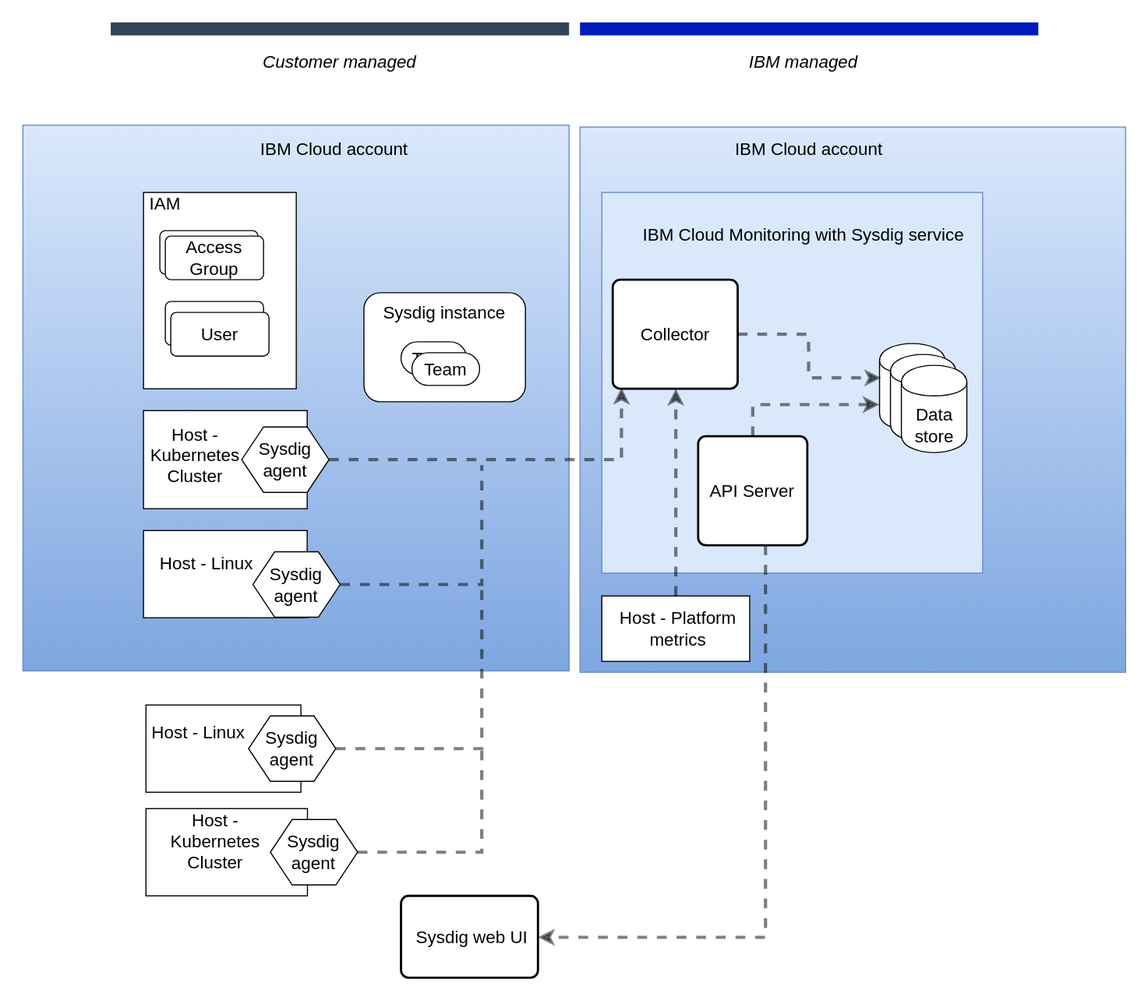
This is images/Monitoring-arch.svg from ibm-cloud-docs/monitoring, a draw.io export, as it was before one commit. Source tidied: cells renumbered, new cells last; positions are measured from the earlier drawing's top-left corner, leaving out a move shared by most shapes.
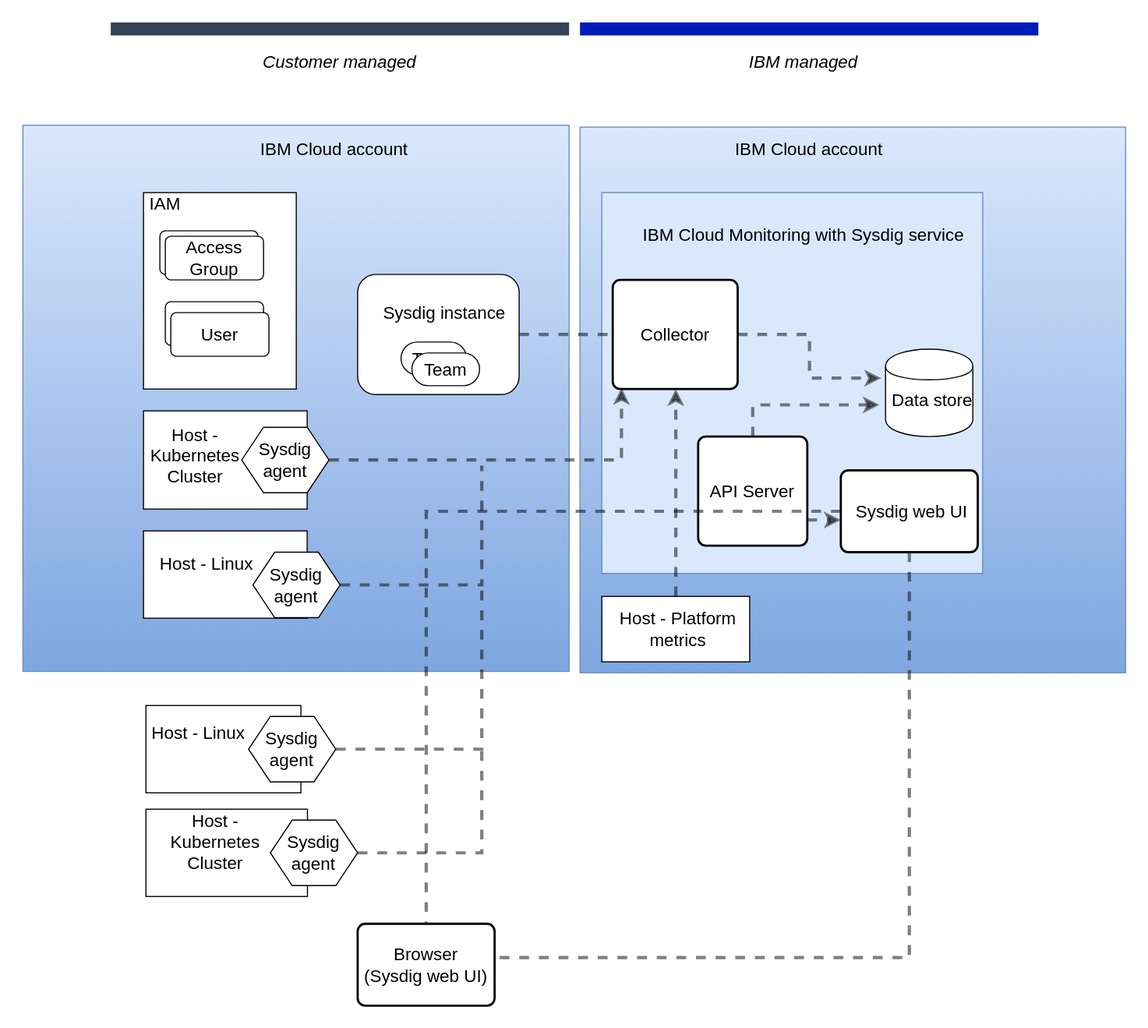
The same diagram one commit later.

Diff of the diagram source:
```diff
@@ -44,8 +44,11 @@
     <mxCell id="13" value="&lt;font style=&quot;font-size: 16px&quot;&gt;User&lt;/font&gt;" style="rounded=1;whiteSpace=wrap;html=1;arcSize=13;" parent="1" vertex="1">
       <mxGeometry x="135" y="260" width="90" height="40" as="geometry" />
     </mxCell>
+    <mxCell id="54" style="edgeStyle=orthogonalEdgeStyle;rounded=0;comic=0;jumpStyle=none;jumpSize=9;jettySize=auto;html=1;dashed=1;endArrow=none;endFill=0;endSize=6;strokeColor=#000000;strokeWidth=3;fontSize=16;opacity=50;" parent="1" edge="1" source="14" target="28">
+      <mxGeometry relative="1" as="geometry" />
+    </mxCell>
     <mxCell id="14" style="rounded=1;whiteSpace=wrap;html=1;" parent="1" vertex="1">
-      <mxGeometry x="312" y="241.9" width="148" height="100" as="geometry" />
+      <mxGeometry x="306.2" y="225" width="148" height="110" as="geometry" />
     </mxCell>
     <mxCell id="15" value="Sysdig instance" style="text;html=1;strokeColor=none;fillColor=none;align=center;verticalAlign=middle;whiteSpace=wrap;rounded=0;fontSize=16;" parent="1" vertex="1">
       <mxGeometry x="326" y="250" width="120" height="20" as="geometry" />
@@ -71,20 +74,16 @@
     <mxCell id="22" value="Sysdig agent" style="shape=hexagon;perimeter=hexagonPerimeter2;whiteSpace=wrap;html=1;fontSize=16;" parent="1" vertex="1">
       <mxGeometry x="200" y="365" width="80" height="60" as="geometry" />
     </mxCell>
-    <mxCell id="23" style="shape=cylinder;whiteSpace=wrap;html=1;boundedLbl=1;backgroundOutline=1;fontSize=16;" parent="1" vertex="1">
-      <mxGeometry x="784.5" y="288.5" width="60" height="80" as="geometry" />
-    </mxCell>
-    <mxCell id="24" style="shape=cylinder;whiteSpace=wrap;html=1;boundedLbl=1;backgroundOutline=1;fontSize=16;" parent="1" vertex="1">
-      <mxGeometry x="794.5" y="298.5" width="60" height="80" as="geometry" />
-    </mxCell>
     <mxCell id="25" style="shape=cylinder;whiteSpace=wrap;html=1;boundedLbl=1;backgroundOutline=1;fontSize=16;" parent="1" vertex="1">
-      <mxGeometry x="804.5" y="308.5" width="60" height="80" as="geometry" />
+      <mxGeometry x="790" y="293.5" width="80" height="80" as="geometry" />
     </mxCell>
     <mxCell id="26" value="Data store" style="text;html=1;strokeColor=none;fillColor=none;align=center;verticalAlign=middle;whiteSpace=wrap;rounded=0;fontSize=16;" parent="1" vertex="1">
-      <mxGeometry x="814.5" y="353.5" width="40" height="20" as="geometry" />
+      <mxGeometry x="790" y="330" width="85.5" height="20" as="geometry" />
     </mxCell>
-    <mxCell id="27" style="edgeStyle=orthogonalEdgeStyle;rounded=0;comic=0;jumpStyle=none;jumpSize=9;jettySize=auto;html=1;dashed=1;endSize=6;strokeColor=#000000;strokeWidth=3;fontSize=16;opacity=50;entryX=0.025;entryY=0.394;entryDx=0;entryDy=0;entryPerimeter=0;" parent="1" edge="1" source="28" target="23">
-      <mxGeometry relative="1" as="geometry" />
+    <mxCell id="27" style="edgeStyle=orthogonalEdgeStyle;rounded=0;comic=0;jumpStyle=none;jumpSize=9;jettySize=auto;html=1;dashed=1;endSize=6;strokeColor=#000000;strokeWidth=3;fontSize=16;opacity=50;entryX=0.025;entryY=0.394;entryDx=0;entryDy=0;entryPerimeter=0;" parent="1" edge="1" source="28">
+      <mxGeometry relative="1" as="geometry">
+        <mxPoint x="786" y="320" as="targetPoint" />
+      </mxGeometry>
     </mxCell>
     <mxCell id="28" value="Collector" style="rounded=1;whiteSpace=wrap;html=1;absoluteArcSize=1;arcSize=14;strokeWidth=2;fontSize=16;" parent="1" vertex="1">
       <mxGeometry x="540" y="230" width="114.5" height="100" as="geometry" />
@@ -95,12 +94,14 @@
     <mxCell id="30" style="edgeStyle=orthogonalEdgeStyle;rounded=0;comic=0;jumpStyle=none;jumpSize=9;jettySize=auto;html=1;strokeColor=#000000;strokeWidth=3;fontSize=16;opacity=50;endSize=6;dashed=1;" parent="1" edge="1" source="32" target="33">
       <mxGeometry relative="1" as="geometry">
         <Array as="points">
-          <mxPoint x="680" y="833" />
+          <mxPoint x="730" y="450" />
+          <mxPoint x="730" y="450" />
         </Array>
       </mxGeometry>
     </mxCell>
-    <mxCell id="31" style="edgeStyle=orthogonalEdgeStyle;rounded=0;comic=0;jumpStyle=none;jumpSize=9;jettySize=auto;html=1;dashed=1;endSize=6;strokeColor=#000000;strokeWidth=3;fontSize=16;opacity=50;entryX=0;entryY=0.7;entryDx=0;entryDy=0;" parent="1" edge="1" source="32" target="23">
+    <mxCell id="31" style="edgeStyle=orthogonalEdgeStyle;rounded=0;comic=0;jumpStyle=none;jumpSize=9;jettySize=auto;html=1;dashed=1;endSize=6;strokeColor=#000000;strokeWidth=3;fontSize=16;opacity=50;entryX=0;entryY=0.7;entryDx=0;entryDy=0;" parent="1" edge="1" source="32">
       <mxGeometry relative="1" as="geometry">
+        <mxPoint x="784.5" y="344.5" as="targetPoint" />
         <Array as="points">
           <mxPoint x="668" y="345" />
         </Array>
@@ -109,9 +110,22 @@
     <mxCell id="32" value="API Server" style="rounded=1;whiteSpace=wrap;html=1;absoluteArcSize=1;arcSize=14;strokeWidth=2;fontSize=16;" parent="1" vertex="1">
       <mxGeometry x="618.3" y="373.5" width="100" height="100" as="geometry" />
     </mxCell>
+    <mxCell id="55" style="edgeStyle=orthogonalEdgeStyle;rounded=0;comic=0;jumpStyle=none;jumpSize=9;jettySize=auto;html=1;dashed=1;endArrow=none;endFill=0;endSize=6;strokeColor=#000000;strokeWidth=3;fontSize=16;opacity=50;" parent="1" edge="1" source="33" target="57">
+      <mxGeometry relative="1" as="geometry" />
+    </mxCell>
+    <mxCell id="56" style="edgeStyle=orthogonalEdgeStyle;rounded=0;comic=0;jumpStyle=none;jumpSize=9;jettySize=auto;html=1;dashed=1;endArrow=none;endFill=0;endSize=6;strokeColor=#000000;strokeWidth=3;fontSize=16;opacity=50;entryX=1.018;entryY=0.413;entryDx=0;entryDy=0;entryPerimeter=0;" parent="1" edge="1" source="33" target="57">
+      <mxGeometry relative="1" as="geometry">
+        <Array as="points">
+          <mxPoint x="812" y="851" />
+        </Array>
+      </mxGeometry>
+    </mxCell>
     <mxCell id="33" value="&amp;nbsp;Sysdig web UI" style="rounded=1;whiteSpace=wrap;html=1;absoluteArcSize=1;arcSize=14;strokeWidth=2;fontSize=16;" parent="1" vertex="1">
-      <mxGeometry x="346" y="795" width="125.5" height="75" as="geometry" />
+      <mxGeometry x="749" y="404.5" width="125.5" height="75" as="geometry" />
     </mxCell>
+    <mxCell id="57" value="&lt;div&gt;Browser&lt;/div&gt;&lt;div&gt;(Sysdig web UI)&lt;br&gt;&lt;/div&gt;" style="rounded=1;whiteSpace=wrap;html=1;absoluteArcSize=1;arcSize=14;strokeWidth=2;fontSize=16;" parent="1" vertex="1">
+      <mxGeometry x="306.2" y="820" width="125.5" height="75" as="geometry" />
+    </mxCell>
     <mxCell id="34" style="rounded=0;whiteSpace=wrap;html=1;fontSize=16;" parent="1" vertex="1">
       <mxGeometry x="112.2" y="715" width="148" height="80" as="geometry" />
     </mxCell>
```
